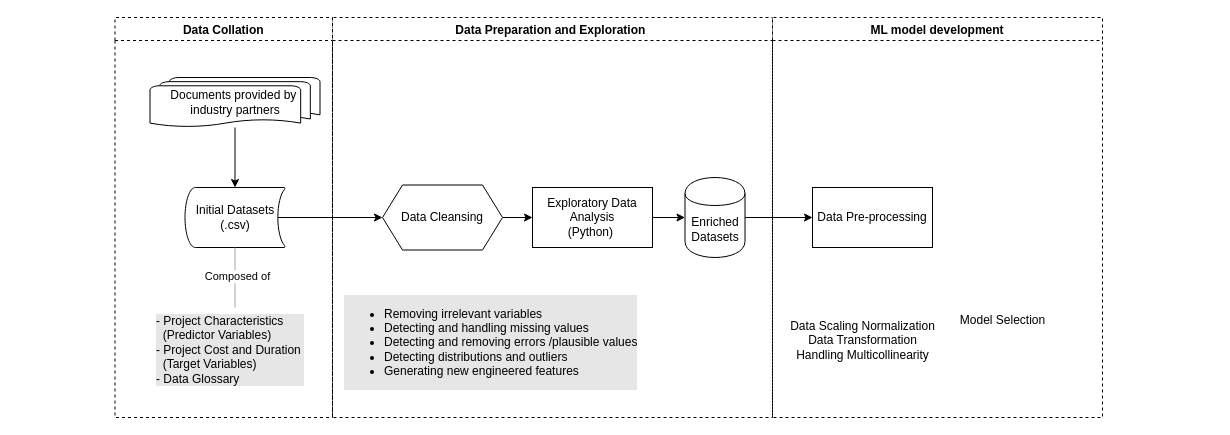
Before: research framework.drawio in datou7119/Figures, a draw.io diagram. Source tidied: cells renumbered, new cells numbered last; positions are measured from the earlier drawing's top-left corner, leaving out a move shared by most shapes. Both pictures are drawn from the tidied source at 100%, with x=0, y=0 at pixel (114, 17).
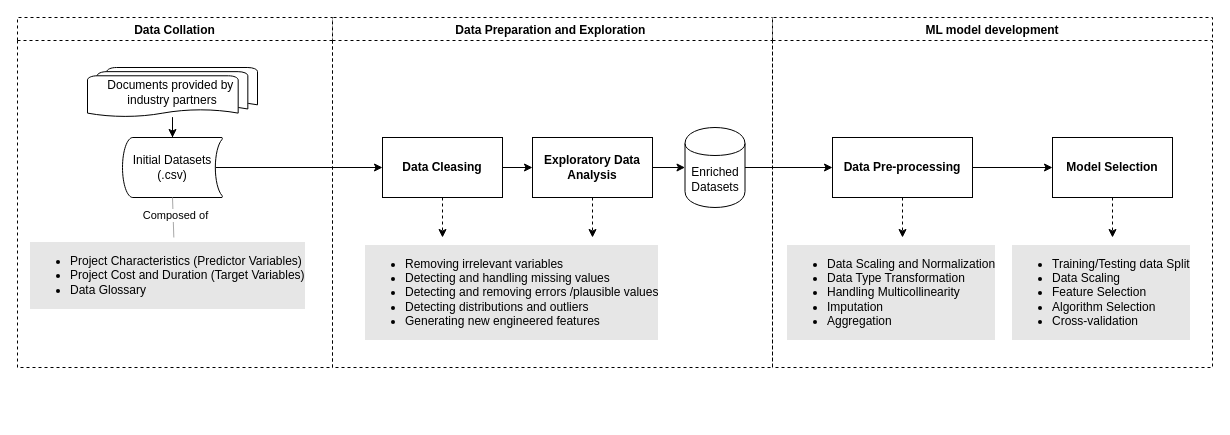
The same diagram, later.

Change to the diagram source:
```diff
@@
     <mxCell id="2" value="Data Preparation and Exploration " style="swimlane;dashed=1;" parent="1" vertex="1">
-      <mxGeometry x="218" width="440" height="400" as="geometry" />
+      <mxGeometry x="218" width="440" height="350" as="geometry" />
     </mxCell>
-    <mxCell id="3" value="&lt;ul&gt;&lt;li&gt;&lt;span style=&quot;&quot;&gt;Removing irrelevant variables&lt;/span&gt;&lt;/li&gt;&lt;li&gt;&lt;span style=&quot;&quot;&gt;Detecting and handling missing values&lt;/span&gt;&lt;/li&gt;&lt;li&gt;&lt;span style=&quot;&quot;&gt;Detecting and removing errors /plausible values&lt;/span&gt;&lt;/li&gt;&lt;li&gt;&lt;span style=&quot;&quot;&gt;Detecting distributions and&amp;nbsp;&lt;/span&gt;outliers&lt;/li&gt;&lt;li&gt;Generating new engineered features&lt;/li&gt;&lt;/ul&gt;" style="text;html=1;align=left;verticalAlign=middle;points=[];strokeColor=none;fillColor=none;labelBackgroundColor=#E6E6E6;" parent="2" vertex="1">
-      <mxGeometry x="10" y="270" width="320" height="110" as="geometry" />
+    <mxCell id="3" value="&lt;ul style=&quot;font-size: 12px;&quot;&gt;&lt;li style=&quot;font-size: 12px;&quot;&gt;&lt;span style=&quot;font-size: 12px;&quot;&gt;Removing irrelevant variables&lt;/span&gt;&lt;/li&gt;&lt;li style=&quot;font-size: 12px;&quot;&gt;&lt;span style=&quot;font-size: 12px;&quot;&gt;Detecting and handling missing values&lt;/span&gt;&lt;/li&gt;&lt;li style=&quot;font-size: 12px;&quot;&gt;&lt;span style=&quot;font-size: 12px;&quot;&gt;Detecting and removing errors /plausible values&lt;/span&gt;&lt;/li&gt;&lt;li style=&quot;font-size: 12px;&quot;&gt;&lt;span style=&quot;font-size: 12px;&quot;&gt;Detecting distributions and&amp;nbsp;&lt;/span&gt;outliers&lt;/li&gt;&lt;li style=&quot;font-size: 12px;&quot;&gt;Generating new engineered features&lt;/li&gt;&lt;/ul&gt;" style="text;html=1;align=left;verticalAlign=middle;points=[];strokeColor=none;fillColor=none;labelBackgroundColor=#E6E6E6;spacingRight=2;spacingLeft=0;fontSize=12;spacing=0;" parent="2" vertex="1">
+      <mxGeometry x="32.5" y="220" width="310" height="110" as="geometry" />
     </mxCell>
-    <mxCell id="4" style="edgeStyle=orthogonalEdgeStyle;rounded=0;jettySize=auto;html=1;" parent="2" edge="1" source="5" target="7">
+    <mxCell id="4" style="edgeStyle=orthogonalEdgeStyle;rounded=0;jettySize=auto;html=1;exitX=1;exitY=0.5;exitDx=0;exitDy=0;" parent="2" edge="1" source="24" target="7">
       <mxGeometry relative="1" as="geometry" />
     </mxCell>
-    <mxCell id="5" value="Data Cleansing" style="shape=hexagon;perimeter=hexagonPerimeter2;whiteSpace=wrap;html=1;fixedSize=1;" parent="2" vertex="1">
-      <mxGeometry x="50" y="167.5" width="120" height="65" as="geometry" />
-    </mxCell>
+    <mxCell id="22" style="edgeStyle=orthogonalEdgeStyle;rounded=0;jettySize=auto;html=1;dashed=1;exitX=0.5;exitY=1;exitDx=0;exitDy=0;" parent="2" edge="1" source="24" target="3">
+      <mxGeometry relative="1" as="geometry">
+        <Array as="points">
+          <mxPoint x="110" y="250" />
+          <mxPoint x="193" y="250" />
+        </Array>
+      </mxGeometry>
+    </mxCell>
@@
+    <mxCell id="23" style="edgeStyle=orthogonalEdgeStyle;rounded=0;jettySize=auto;html=1;dashed=1;" parent="2" edge="1" source="7" target="3">
+      <mxGeometry relative="1" as="geometry">
+        <Array as="points">
+          <mxPoint x="260" y="250" />
+          <mxPoint x="193" y="250" />
+        </Array>
+      </mxGeometry>
+    </mxCell>
-    <mxCell id="7" value="Exploratory Data Analysis&lt;br style=&quot;border-color: var(--border-color);&quot;&gt;(Python)&amp;nbsp;" style="whiteSpace=wrap;html=1;" parent="2" vertex="1">
-      <mxGeometry x="200" y="170" width="120" height="60" as="geometry" />
+    <mxCell id="7" value="Exploratory Data Analysis" style="whiteSpace=wrap;html=1;fontStyle=1;" parent="2" vertex="1">
+      <mxGeometry x="200" y="120" width="120" height="60" as="geometry" />
     </mxCell>
     <mxCell id="8" value="Enriched Datasets" style="shape=cylinder;whiteSpace=wrap;html=1;boundedLbl=1;backgroundOutline=1;" parent="2" vertex="1">
-      <mxGeometry x="352.5" y="160" width="60" height="80" as="geometry" />
+      <mxGeometry x="352.5" y="110" width="60" height="80" as="geometry" />
     </mxCell>
+    <mxCell id="24" value="Data Cleasing" style="rounded=0;whiteSpace=wrap;html=1;fontStyle=1;" parent="2" vertex="1">
+      <mxGeometry x="50" y="120" width="120" height="60" as="geometry" />
+    </mxCell>
     <mxCell id="9" value="Data Collation" style="swimlane;labelBorderColor=none;dashed=1;" parent="1" vertex="1">
-      <mxGeometry x="0.5" width="217.5" height="400" as="geometry" />
+      <mxGeometry x="-97" width="315" height="350" as="geometry" />
     </mxCell>
-    <mxCell id="10" value="&lt;blockquote style=&quot;margin: 0 0 0 40px; border: none; padding: 0px;&quot;&gt;&lt;/blockquote&gt;- Project Characteristics&amp;nbsp;&lt;br&gt;&lt;blockquote style=&quot;margin: 0 0 0 40px; border: none; padding: 0px;&quot;&gt;&lt;/blockquote&gt;&amp;nbsp; (Predictor Variables)&lt;br&gt;&lt;blockquote style=&quot;margin: 0 0 0 40px; border: none; padding: 0px;&quot;&gt;&lt;/blockquote&gt;- Project Cost and Duration&amp;nbsp;&lt;br&gt;&lt;blockquote style=&quot;margin: 0 0 0 40px; border: none; padding: 0px;&quot;&gt;&lt;/blockquote&gt;&amp;nbsp; (Target Variables)&lt;br&gt;- Data Glossary" style="text;html=1;align=left;verticalAlign=top;points=[];strokeColor=none;fillColor=none;labelBackgroundColor=#E6E6E6;labelBorderColor=none;spacingTop=0;spacingLeft=-6;spacingRight=-7;flipV=1;flipH=1;imageWidth=17;imageHeight=20;imageAspect=0;" parent="9" vertex="1">
-      <mxGeometry x="45" y="290" width="150" height="80" as="geometry" />
-    </mxCell>
     <mxCell id="11" value="Initial Datasets&lt;br style=&quot;border-color: var(--border-color);&quot;&gt;(.csv)" style="strokeWidth=1;html=1;shape=mxgraph.flowchart.stored_data;whiteSpace=wrap;" parent="9" vertex="1">
-      <mxGeometry x="70" y="170" width="100" height="60" as="geometry" />
+      <mxGeometry x="105" y="120" width="100" height="60" as="geometry" />
     </mxCell>
@@
     <mxCell id="13" value="Documents provided by&amp;nbsp;&lt;br&gt;industry partners" style="strokeWidth=1;html=1;shape=mxgraph.flowchart.multi-document;whiteSpace=wrap;" parent="9" vertex="1">
-      <mxGeometry x="35" y="60" width="170" height="50" as="geometry" />
+      <mxGeometry x="70" y="50" width="170" height="50" as="geometry" />
     </mxCell>
+    <mxCell id="10" value="&lt;blockquote style=&quot;margin: 0px 0px 0px 40px; border: none; padding: 0px; font-size: 12px;&quot;&gt;&lt;/blockquote&gt;&lt;ul style=&quot;font-size: 12px;&quot;&gt;&lt;li style=&quot;font-size: 12px;&quot;&gt;Project Characteristics (Predictor Variables)&lt;/li&gt;&lt;li style=&quot;font-size: 12px;&quot;&gt;Project Cost and Duration (Target Variables)&lt;/li&gt;&lt;li style=&quot;font-size: 12px;&quot;&gt;Data Glossary&lt;/li&gt;&lt;/ul&gt;&lt;blockquote style=&quot;margin: 0px 0px 0px 40px; border: none; padding: 0px; font-size: 12px;&quot;&gt;&lt;/blockquote&gt;&lt;blockquote style=&quot;margin: 0px 0px 0px 40px; border: none; padding: 0px; font-size: 12px;&quot;&gt;&lt;/blockquote&gt;&lt;blockquote style=&quot;margin: 0px 0px 0px 40px; border: none; padding: 0px; font-size: 12px;&quot;&gt;&lt;/blockquote&gt;" style="text;html=1;align=left;verticalAlign=top;points=[];strokeColor=none;fillColor=none;labelBackgroundColor=#E6E6E6;labelBorderColor=none;spacingTop=0;spacingLeft=0;spacingRight=2;flipV=1;flipH=1;imageWidth=17;imageHeight=20;imageAspect=0;fontSize=12;spacing=0;" parent="9" vertex="1">
+      <mxGeometry x="12.5" y="220" width="290" height="70" as="geometry" />
+    </mxCell>
@@
-    <mxCell id="16" style="edgeStyle=orthogonalEdgeStyle;rounded=0;jettySize=auto;html=1;exitX=0.93;exitY=0.5;exitDx=0;exitDy=0;exitPerimeter=0;entryX=0;entryY=0.5;entryDx=0;entryDy=0;" parent="1" edge="1" source="11" target="5">
-      <mxGeometry relative="1" as="geometry" />
-    </mxCell>
@@
-    <mxCell id="18" value="ML model development" style="swimlane;dashed=1;" parent="1" vertex="1">
-      <mxGeometry x="658" width="330" height="400" as="geometry" />
+    <mxCell id="18" value="ML model development" style="swimlane;dashed=1;fontStyle=1;" parent="1" vertex="1">
+      <mxGeometry x="658" width="440" height="350" as="geometry" />
     </mxCell>
+    <mxCell id="25" style="edgeStyle=orthogonalEdgeStyle;rounded=0;jettySize=auto;html=1;" parent="18" edge="1" source="19" target="21">
+      <mxGeometry relative="1" as="geometry" />
+    </mxCell>
+    <mxCell id="26" style="edgeStyle=orthogonalEdgeStyle;rounded=0;jettySize=auto;html=1;dashed=1;" parent="18" edge="1" source="19" target="27">
+      <mxGeometry relative="1" as="geometry" />
+    </mxCell>
-    <mxCell id="19" value="Data Pre-processing" style="whiteSpace=wrap;html=1;" parent="18" vertex="1">
-      <mxGeometry x="40" y="170" width="120" height="60" as="geometry" />
+    <mxCell id="19" value="Data Pre-processing" style="whiteSpace=wrap;html=1;fontStyle=1;" parent="18" vertex="1">
+      <mxGeometry x="60" y="120" width="140" height="60" as="geometry" />
     </mxCell>
-    <mxCell id="20" value="Data Scaling Normalization&lt;br&gt;Data Transformation&lt;br&gt;Handling Multicollinearity" style="text;html=1;align=center;verticalAlign=middle;strokeColor=none;fillColor=none;" parent="1" vertex="1">
-      <mxGeometry x="663" y="293" width="170" height="60" as="geometry" />
-    </mxCell>
+    <mxCell id="27" value="&lt;ul style=&quot;font-size: 12px;&quot;&gt;&lt;li style=&quot;font-size: 12px;&quot;&gt;&lt;span style=&quot;font-size: 12px;&quot;&gt;Data Scaling and Normalization&lt;/span&gt;&lt;/li&gt;&lt;li style=&quot;font-size: 12px;&quot;&gt;&lt;span style=&quot;font-size: 12px;&quot;&gt;Data Type Transformation&amp;nbsp;&lt;/span&gt;&lt;/li&gt;&lt;li style=&quot;font-size: 12px;&quot;&gt;Handling Multicollinearity&lt;/li&gt;&lt;li style=&quot;font-size: 12px;&quot;&gt;Imputation&lt;/li&gt;&lt;li style=&quot;font-size: 12px;&quot;&gt;Aggregation&lt;/li&gt;&lt;/ul&gt;" style="text;html=1;align=left;verticalAlign=middle;points=[];strokeColor=none;fillColor=none;labelBackgroundColor=#E6E6E6;spacingRight=2;spacingLeft=0;fontSize=12;spacing=0;" parent="18" vertex="1">
+      <mxGeometry x="15" y="220" width="230" height="110" as="geometry" />
+    </mxCell>
+    <mxCell id="28" style="edgeStyle=orthogonalEdgeStyle;rounded=0;jettySize=auto;html=1;dashed=1;" parent="18" edge="1" source="21" target="29">
+      <mxGeometry relative="1" as="geometry" />
+    </mxCell>
-    <mxCell id="21" value="Model Selection" style="text;html=1;align=center;verticalAlign=middle;points=[];strokeColor=none;fillColor=none;" parent="1" vertex="1">
-      <mxGeometry x="833" y="288" width="110" height="30" as="geometry" />
+    <mxCell id="21" value="Model Selection" style="whiteSpace=wrap;html=1;fontStyle=1;" parent="18" vertex="1">
+      <mxGeometry x="280" y="120" width="120" height="60" as="geometry" />
     </mxCell>
+    <mxCell id="29" value="&lt;ul style=&quot;font-size: 12px;&quot;&gt;&lt;li style=&quot;font-size: 12px;&quot;&gt;&lt;span style=&quot;font-size: 12px;&quot;&gt;Training/Testing data Split&lt;/span&gt;&lt;/li&gt;&lt;li style=&quot;font-size: 12px;&quot;&gt;&lt;span style=&quot;font-size: 12px;&quot;&gt;Data Scaling&amp;nbsp;&lt;/span&gt;&lt;/li&gt;&lt;li style=&quot;font-size: 12px;&quot;&gt;Feature Selection&lt;/li&gt;&lt;li style=&quot;font-size: 12px;&quot;&gt;Algorithm Selection&lt;/li&gt;&lt;li style=&quot;font-size: 12px;&quot;&gt;Cross-validation&lt;/li&gt;&lt;/ul&gt;" style="text;html=1;align=left;verticalAlign=middle;points=[];strokeColor=none;fillColor=none;labelBackgroundColor=#E6E6E6;spacingRight=2;spacingLeft=0;fontSize=12;spacing=0;" parent="18" vertex="1">
+      <mxGeometry x="240" y="220" width="200" height="110" as="geometry" />
+    </mxCell>
+    <mxCell id="30" style="edgeStyle=orthogonalEdgeStyle;rounded=0;jettySize=auto;html=1;entryX=0;entryY=0.5;entryDx=0;entryDy=0;exitX=0.93;exitY=0.5;exitDx=0;exitDy=0;exitPerimeter=0;" parent="1" edge="1" source="11" target="24">
+      <mxGeometry relative="1" as="geometry" />
+    </mxCell>
```
